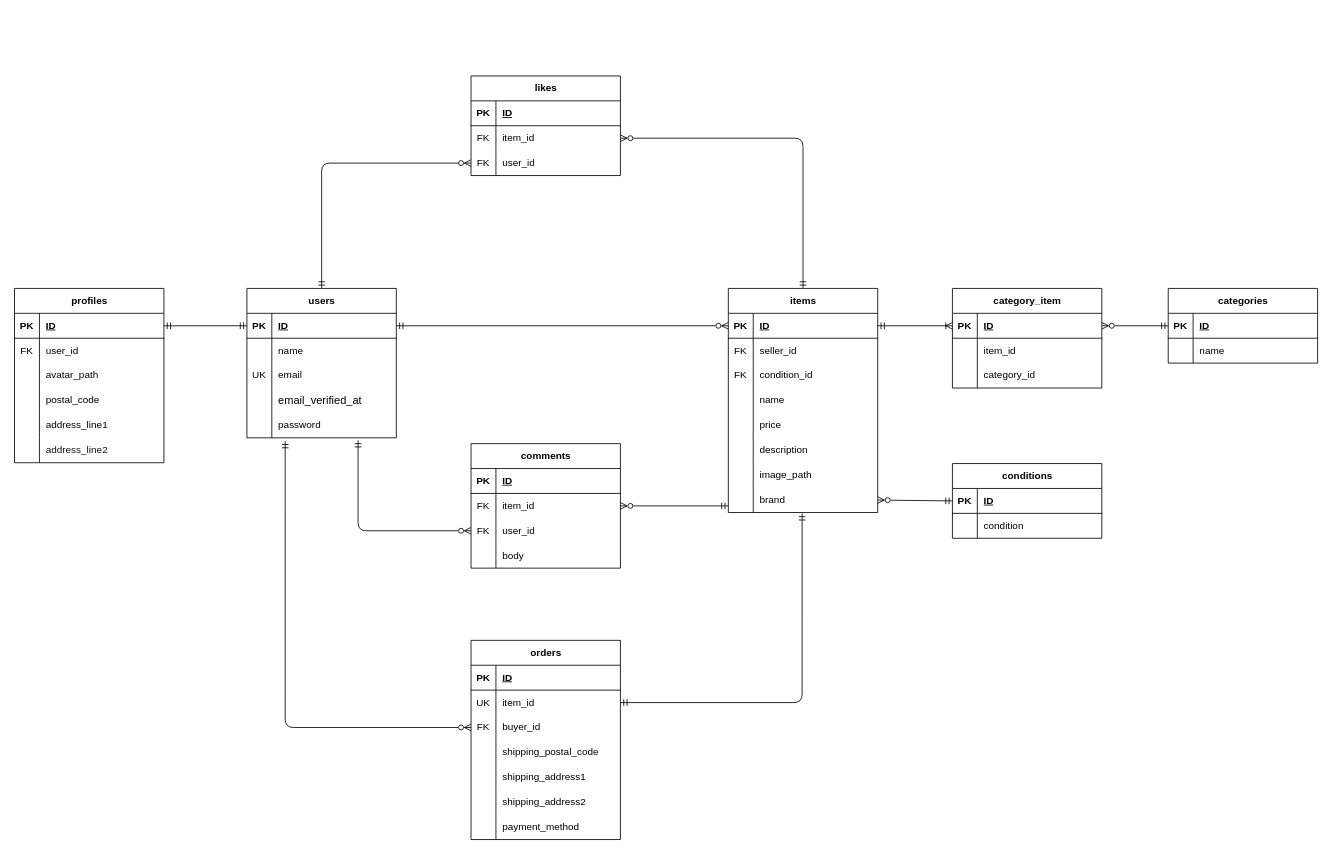
YAMADAMASAYUKI516/mock-project1 keeps this draw.io diagram as src/docs/er-diagram.drawio. Above is the earlier version. Source tidied: cells renumbered, new cells numbered last; positions are measured from the earlier drawing's top-left corner, leaving out a move shared by most shapes. Both pictures are drawn from the tidied source at 83%, with x=0, y=0 at pixel (14, 76).
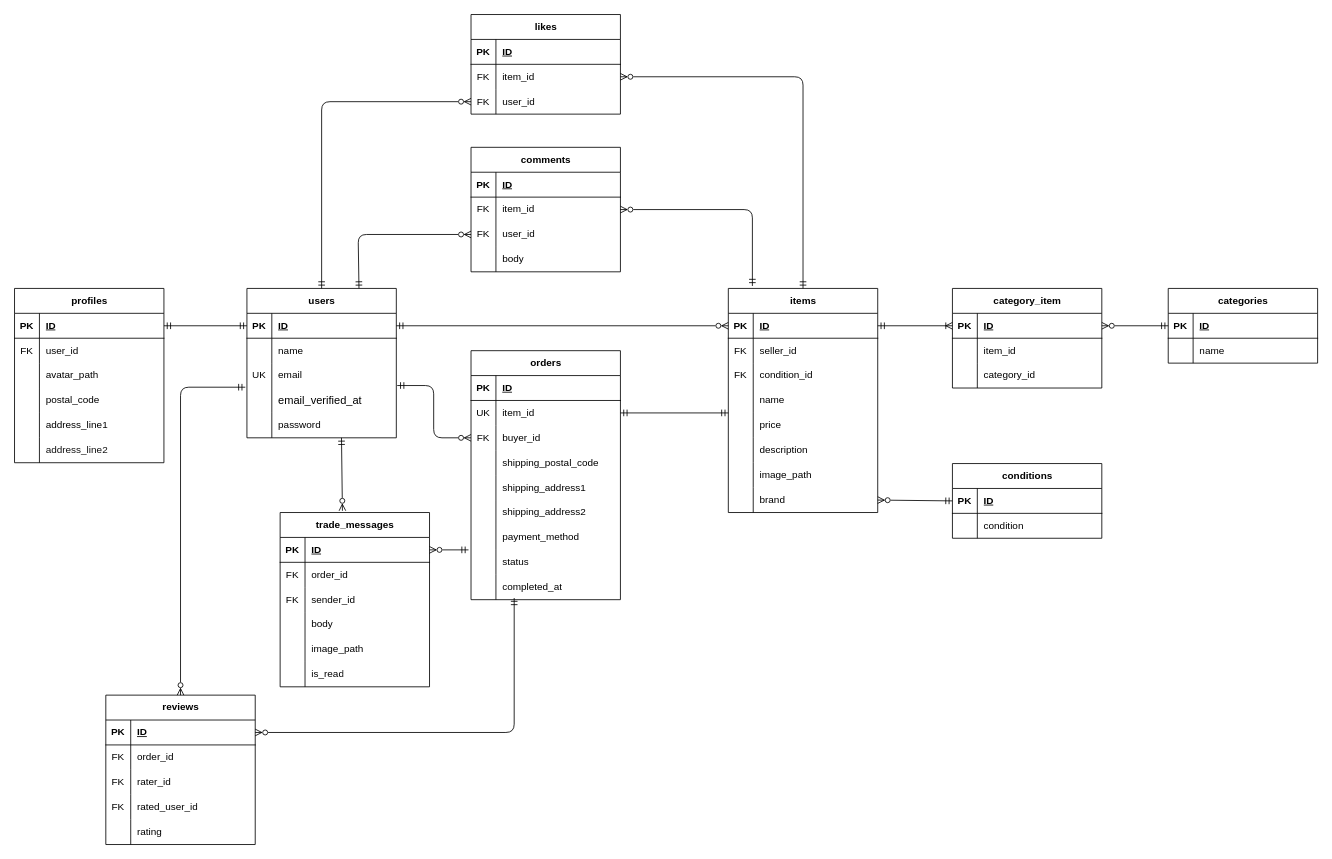
After the change.

Unchanged cells that the change refers to:
```xml
<mxCell id="16" style="shape=tableRow;horizontal=0;startSize=0;swimlaneHead=0;swimlaneBody=0;fillColor=none;points=[[0,0.5],[1,0.5]];portConstraint=eastwest;top=0;left=0;right=0;bottom=0;" parent="12" vertex="1">
  <mxGeometry y="60" width="180" height="30" as="geometry" />
</mxCell>
<mxCell id="19" style="shape=tableRow;horizontal=0;startSize=0;swimlaneHead=0;swimlaneBody=0;fillColor=none;points=[[0,0.5],[1,0.5]];portConstraint=eastwest;top=0;left=0;right=0;bottom=0;" parent="12" vertex="1">
  <mxGeometry y="90" width="180" height="30" as="geometry" />
</mxCell>
<mxCell id="39" style="shape=tableRow;horizontal=0;startSize=0;swimlaneHead=0;swimlaneBody=0;fillColor=none;points=[[0,0.5],[1,0.5]];portConstraint=eastwest;top=0;left=0;right=0;bottom=0;" parent="35" vertex="1">
  <mxGeometry y="60" width="180" height="30" as="geometry" />
</mxCell>
<mxCell id="42" style="shape=tableRow;horizontal=0;startSize=0;swimlaneHead=0;swimlaneBody=0;fillColor=none;points=[[0,0.5],[1,0.5]];portConstraint=eastwest;top=0;left=0;right=0;bottom=0;" parent="35" vertex="1">
  <mxGeometry y="90" width="180" height="30" as="geometry" />
</mxCell>
<mxCell id="50" value="users" style="shape=table;startSize=30;childLayout=tableLayout;rowLines=0;fontStyle=1;align=center;html=1;" parent="1" vertex="1">
  <mxGeometry x="280" y="256" width="180" height="180" as="geometry" />
</mxCell>
<mxCell id="57" style="shape=tableRow;horizontal=0;startSize=0;swimlaneHead=0;swimlaneBody=0;fillColor=none;points=[[0,0.5],[1,0.5]];portConstraint=eastwest;top=0;left=0;right=0;bottom=0;" parent="50" vertex="1">
  <mxGeometry y="90" width="180" height="30" as="geometry" />
</mxCell>
<mxCell id="63" style="shape=tableRow;horizontal=0;startSize=0;swimlaneHead=0;swimlaneBody=0;fillColor=none;points=[[0,0.5],[1,0.5]];portConstraint=eastwest;top=0;left=0;right=0;bottom=0;" parent="50" vertex="1">
  <mxGeometry y="150" width="180" height="30" as="geometry" />
</mxCell>
<mxCell id="73" value="items" style="shape=table;startSize=30;childLayout=tableLayout;rowLines=0;fontStyle=1;align=center;html=1;" parent="1" vertex="1">
  <mxGeometry x="860" y="256" width="180" height="270" as="geometry" />
</mxCell>
<mxCell id="86" style="shape=tableRow;horizontal=0;startSize=0;swimlaneHead=0;swimlaneBody=0;fillColor=none;points=[[0,0.5],[1,0.5]];portConstraint=eastwest;top=0;left=0;right=0;bottom=0;" parent="73" vertex="1">
  <mxGeometry y="150" width="180" height="30" as="geometry" />
</mxCell>
<mxCell id="95" style="shape=tableRow;horizontal=0;startSize=0;swimlaneHead=0;swimlaneBody=0;fillColor=none;points=[[0,0.5],[1,0.5]];portConstraint=eastwest;top=0;left=0;right=0;bottom=0;" parent="73" vertex="1">
  <mxGeometry y="240" width="180" height="30" as="geometry" />
</mxCell>
```

The edit, as a diff of the source:
```diff
@@
     <mxCell id="2" value="likes" style="shape=table;startSize=30;childLayout=tableLayout;rowLines=0;fontStyle=1;align=center;html=1;" parent="1" vertex="1">
-      <mxGeometry x="550" width="180" height="120" as="geometry" />
+      <mxGeometry x="550" y="-74" width="180" height="120" as="geometry" />
     </mxCell>
@@
     <mxCell id="12" value="orders" style="shape=table;startSize=30;childLayout=tableLayout;rowLines=0;fontStyle=1;align=center;html=1;" parent="1" vertex="1">
-      <mxGeometry x="550" y="680" width="180" height="240" as="geometry" />
+      <mxGeometry x="550" y="331" width="180" height="300" as="geometry" />
     </mxCell>
@@
+    <mxCell id="143" style="shape=tableRow;horizontal=0;startSize=0;swimlaneHead=0;swimlaneBody=0;fillColor=none;points=[[0,0.5],[1,0.5]];portConstraint=eastwest;top=0;left=0;right=0;bottom=0;" parent="12" vertex="1">
+      <mxGeometry y="240" width="180" height="30" as="geometry" />
+    </mxCell>
+    <mxCell id="144" style="shape=partialRectangle;fillColor=none;top=0;left=0;bottom=0;right=0;overflow=hidden;whiteSpace=wrap;html=1;" parent="143" vertex="1">
+      <mxGeometry width="30" height="30" as="geometry" />
+    </mxCell>
+    <mxCell id="145" value="status" style="shape=partialRectangle;fillColor=none;top=0;left=0;bottom=0;right=0;align=left;spacingLeft=6;overflow=hidden;whiteSpace=wrap;html=1;" parent="143" vertex="1">
+      <mxGeometry x="30" width="150" height="30" as="geometry" />
+    </mxCell>
+    <mxCell id="146" style="shape=tableRow;horizontal=0;startSize=0;swimlaneHead=0;swimlaneBody=0;fillColor=none;points=[[0,0.5],[1,0.5]];portConstraint=eastwest;top=0;left=0;right=0;bottom=0;" parent="12" vertex="1">
+      <mxGeometry y="270" width="180" height="30" as="geometry" />
+    </mxCell>
+    <mxCell id="147" style="shape=partialRectangle;fillColor=none;top=0;left=0;bottom=0;right=0;overflow=hidden;whiteSpace=wrap;html=1;" parent="146" vertex="1">
+      <mxGeometry width="30" height="30" as="geometry" />
+    </mxCell>
+    <mxCell id="148" value="completed_at" style="shape=partialRectangle;fillColor=none;top=0;left=0;bottom=0;right=0;align=left;spacingLeft=6;overflow=hidden;whiteSpace=wrap;html=1;" parent="146" vertex="1">
+      <mxGeometry x="30" width="150" height="30" as="geometry" />
+    </mxCell>
@@
     <mxCell id="35" value="comments" style="shape=table;startSize=30;childLayout=tableLayout;rowLines=0;fontStyle=1;align=center;html=1;" parent="1" vertex="1">
-      <mxGeometry x="550" y="443" width="180" height="150" as="geometry" />
+      <mxGeometry x="550" y="86" width="180" height="150" as="geometry" />
     </mxCell>
@@
-    <mxCell id="98" style="html=1;endArrow=ERmandOne;endFill=0;startArrow=ERzeroToMany;startFill=0;exitX=1;exitY=0.5;exitDx=0;exitDy=0;entryX=0;entryY=0.733;entryDx=0;entryDy=0;entryPerimeter=0;" parent="1" edge="1" source="39" target="95">
+    <mxCell id="98" style="html=1;endArrow=ERmandOne;endFill=0;startArrow=ERzeroToMany;startFill=0;exitX=1;exitY=0.5;exitDx=0;exitDy=0;entryX=0.161;entryY=-0.011;entryDx=0;entryDy=0;entryPerimeter=0;edgeStyle=orthogonalEdgeStyle;" parent="1" edge="1" source="39" target="73">
       <mxGeometry relative="1" as="geometry" />
     </mxCell>
@@
-    <mxCell id="100" style="html=1;endArrow=ERmandOne;endFill=0;startArrow=ERzeroToMany;startFill=0;entryX=0.744;entryY=1.1;entryDx=0;entryDy=0;exitX=0;exitY=0.5;exitDx=0;exitDy=0;entryPerimeter=0;edgeStyle=orthogonalEdgeStyle;" parent="1" edge="1" source="42" target="63">
+    <mxCell id="100" style="html=1;endArrow=ERmandOne;endFill=0;startArrow=ERzeroToMany;startFill=0;entryX=0.75;entryY=0;entryDx=0;entryDy=0;exitX=0;exitY=0.5;exitDx=0;exitDy=0;edgeStyle=orthogonalEdgeStyle;" parent="1" edge="1" source="42" target="50">
       <mxGeometry relative="1" as="geometry">
         <Array as="points">
-          <mxPoint x="414" y="548" />
+          <mxPoint x="414" y="191" />
         </Array>
       </mxGeometry>
     </mxCell>
@@
-    <mxCell id="139" style="html=1;endArrow=ERmandOne;endFill=0;startArrow=ERzeroToMany;startFill=0;exitX=0;exitY=0.5;exitDx=0;exitDy=0;entryX=0.256;entryY=1.133;entryDx=0;entryDy=0;entryPerimeter=0;edgeStyle=orthogonalEdgeStyle;" parent="1" edge="1" source="19" target="63">
-      <mxGeometry relative="1" as="geometry">
-        <Array as="points">
-          <mxPoint x="326" y="785" />
-        </Array>
-      </mxGeometry>
+    <mxCell id="139" style="html=1;endArrow=ERmandOne;endFill=0;startArrow=ERzeroToMany;startFill=0;exitX=0;exitY=0.5;exitDx=0;exitDy=0;entryX=1.006;entryY=0.9;entryDx=0;entryDy=0;entryPerimeter=0;edgeStyle=orthogonalEdgeStyle;" parent="1" edge="1" source="19" target="57">
+      <mxGeometry relative="1" as="geometry" />
     </mxCell>
@@
-    <mxCell id="142" style="html=1;endArrow=ERmandOne;endFill=0;startArrow=ERmandOne;startFill=0;entryX=0.494;entryY=1.033;entryDx=0;entryDy=0;entryPerimeter=0;edgeStyle=orthogonalEdgeStyle;exitX=1;exitY=0.5;exitDx=0;exitDy=0;" parent="1" edge="1" source="16" target="95">
-      <mxGeometry relative="1" as="geometry">
-        <Array as="points">
-          <mxPoint x="949" y="755" />
-        </Array>
-      </mxGeometry>
+    <mxCell id="142" style="html=1;endArrow=ERmandOne;endFill=0;startArrow=ERmandOne;startFill=0;entryX=0;entryY=0;entryDx=0;entryDy=0;entryPerimeter=0;exitX=1;exitY=0.5;exitDx=0;exitDy=0;" parent="1" edge="1" source="16" target="86">
+      <mxGeometry relative="1" as="geometry" />
     </mxCell>
+    <mxCell id="149" value="reviews" style="shape=table;startSize=30;childLayout=tableLayout;rowLines=0;fontStyle=1;align=center;html=1;" parent="1" vertex="1">
+      <mxGeometry x="110" y="746" width="180" height="180" as="geometry" />
+    </mxCell>
+    <mxCell id="150" style="shape=tableRow;horizontal=0;startSize=0;swimlaneHead=0;swimlaneBody=0;fillColor=none;points=[[0,0.5],[1,0.5]];portConstraint=eastwest;top=0;left=0;right=0;bottom=1;" parent="149" vertex="1">
+      <mxGeometry y="30" width="180" height="30" as="geometry" />
+    </mxCell>
+    <mxCell id="151" value="PK" style="shape=partialRectangle;fillColor=none;top=0;left=0;bottom=0;right=0;fontStyle=1;overflow=hidden;whiteSpace=wrap;html=1;" parent="150" vertex="1">
+      <mxGeometry width="30" height="30" as="geometry" />
+    </mxCell>
+    <mxCell id="152" value="ID" style="shape=partialRectangle;fillColor=none;top=0;left=0;bottom=0;right=0;align=left;spacingLeft=6;fontStyle=5;overflow=hidden;whiteSpace=wrap;html=1;" parent="150" vertex="1">
+      <mxGeometry x="30" width="150" height="30" as="geometry" />
+    </mxCell>
+    <mxCell id="153" style="shape=tableRow;horizontal=0;startSize=0;swimlaneHead=0;swimlaneBody=0;fillColor=none;top=0;left=0;right=0;bottom=0;" parent="149" vertex="1">
+      <mxGeometry y="60" width="180" height="30" as="geometry" />
+    </mxCell>
+    <mxCell id="154" value="FK" style="shape=partialRectangle;fillColor=none;top=0;left=0;bottom=0;right=0;overflow=hidden;whiteSpace=wrap;html=1;" parent="153" vertex="1">
+      <mxGeometry width="30" height="30" as="geometry" />
+    </mxCell>
+    <mxCell id="155" value="order_id" style="shape=partialRectangle;fillColor=none;top=0;left=0;bottom=0;right=0;align=left;spacingLeft=6;overflow=hidden;whiteSpace=wrap;html=1;" parent="153" vertex="1">
+      <mxGeometry x="30" width="150" height="30" as="geometry" />
+    </mxCell>
+    <mxCell id="156" style="shape=tableRow;horizontal=0;startSize=0;swimlaneHead=0;swimlaneBody=0;fillColor=none;top=0;left=0;right=0;bottom=0;" parent="149" vertex="1">
+      <mxGeometry y="90" width="180" height="30" as="geometry" />
+    </mxCell>
+    <mxCell id="157" value="FK" style="shape=partialRectangle;fillColor=none;top=0;left=0;bottom=0;right=0;overflow=hidden;whiteSpace=wrap;html=1;" parent="156" vertex="1">
+      <mxGeometry width="30" height="30" as="geometry" />
+    </mxCell>
+    <mxCell id="158" value="rater_id" style="shape=partialRectangle;fillColor=none;top=0;left=0;bottom=0;right=0;align=left;spacingLeft=6;overflow=hidden;whiteSpace=wrap;html=1;" parent="156" vertex="1">
+      <mxGeometry x="30" width="150" height="30" as="geometry" />
+    </mxCell>
+    <mxCell id="159" style="shape=tableRow;horizontal=0;startSize=0;swimlaneHead=0;swimlaneBody=0;fillColor=none;top=0;left=0;right=0;bottom=0;" parent="149" vertex="1">
+      <mxGeometry y="120" width="180" height="30" as="geometry" />
+    </mxCell>
+    <mxCell id="160" value="FK" style="shape=partialRectangle;fillColor=none;top=0;left=0;bottom=0;right=0;overflow=hidden;whiteSpace=wrap;html=1;" parent="159" vertex="1">
+      <mxGeometry width="30" height="30" as="geometry" />
+    </mxCell>
+    <mxCell id="161" value="rated_user_id" style="shape=partialRectangle;fillColor=none;top=0;left=0;bottom=0;right=0;align=left;spacingLeft=6;overflow=hidden;whiteSpace=wrap;html=1;" parent="159" vertex="1">
+      <mxGeometry x="30" width="150" height="30" as="geometry" />
+    </mxCell>
+    <mxCell id="162" style="shape=tableRow;horizontal=0;startSize=0;swimlaneHead=0;swimlaneBody=0;fillColor=none;top=0;left=0;right=0;bottom=0;" parent="149" vertex="1">
+      <mxGeometry y="150" width="180" height="30" as="geometry" />
+    </mxCell>
+    <mxCell id="163" style="shape=partialRectangle;fillColor=none;top=0;left=0;bottom=0;right=0;overflow=hidden;whiteSpace=wrap;html=1;" parent="162" vertex="1">
+      <mxGeometry width="30" height="30" as="geometry" />
+    </mxCell>
+    <mxCell id="164" value="rating" style="shape=partialRectangle;fillColor=none;top=0;left=0;bottom=0;right=0;align=left;spacingLeft=6;overflow=hidden;whiteSpace=wrap;html=1;" parent="162" vertex="1">
+      <mxGeometry x="30" width="150" height="30" as="geometry" />
+    </mxCell>
+    <mxCell id="165" style="edgeStyle=none;html=1;entryX=0;entryY=0.5;entryDx=0;entryDy=0;exitX=0;exitY=0.5;exitDx=0;exitDy=0;" parent="149" edge="1" source="150" target="150">
+      <mxGeometry relative="1" as="geometry" />
+    </mxCell>
+    <mxCell id="166" value="trade_messages" style="shape=table;startSize=30;childLayout=tableLayout;rowLines=0;fontStyle=1;align=center;html=1;" parent="1" vertex="1">
+      <mxGeometry x="320" y="526" width="180" height="210" as="geometry" />
+    </mxCell>
+    <mxCell id="167" style="shape=tableRow;horizontal=0;startSize=0;swimlaneHead=0;swimlaneBody=0;fillColor=none;points=[[0,0.5],[1,0.5]];portConstraint=eastwest;top=0;left=0;right=0;bottom=1;" parent="166" vertex="1">
+      <mxGeometry y="30" width="180" height="30" as="geometry" />
+    </mxCell>
+    <mxCell id="168" value="PK" style="shape=partialRectangle;fillColor=none;top=0;left=0;bottom=0;right=0;fontStyle=1;overflow=hidden;whiteSpace=wrap;html=1;" parent="167" vertex="1">
+      <mxGeometry width="30" height="30" as="geometry" />
+    </mxCell>
+    <mxCell id="169" value="ID" style="shape=partialRectangle;fillColor=none;top=0;left=0;bottom=0;right=0;align=left;spacingLeft=6;fontStyle=5;overflow=hidden;whiteSpace=wrap;html=1;" parent="167" vertex="1">
+      <mxGeometry x="30" width="150" height="30" as="geometry" />
+    </mxCell>
+    <mxCell id="170" style="shape=tableRow;horizontal=0;startSize=0;swimlaneHead=0;swimlaneBody=0;fillColor=none;top=0;left=0;right=0;bottom=0;" parent="166" vertex="1">
+      <mxGeometry y="60" width="180" height="30" as="geometry" />
+    </mxCell>
+    <mxCell id="171" value="FK" style="shape=partialRectangle;fillColor=none;top=0;left=0;bottom=0;right=0;overflow=hidden;whiteSpace=wrap;html=1;" parent="170" vertex="1">
+      <mxGeometry width="30" height="30" as="geometry" />
+    </mxCell>
+    <mxCell id="172" value="order_id" style="shape=partialRectangle;fillColor=none;top=0;left=0;bottom=0;right=0;align=left;spacingLeft=6;overflow=hidden;whiteSpace=wrap;html=1;" parent="170" vertex="1">
+      <mxGeometry x="30" width="150" height="30" as="geometry" />
+    </mxCell>
+    <mxCell id="173" style="shape=tableRow;horizontal=0;startSize=0;swimlaneHead=0;swimlaneBody=0;fillColor=none;top=0;left=0;right=0;bottom=0;" parent="166" vertex="1">
+      <mxGeometry y="90" width="180" height="30" as="geometry" />
+    </mxCell>
+    <mxCell id="174" value="FK" style="shape=partialRectangle;fillColor=none;top=0;left=0;bottom=0;right=0;overflow=hidden;whiteSpace=wrap;html=1;" parent="173" vertex="1">
+      <mxGeometry width="30" height="30" as="geometry" />
+    </mxCell>
+    <mxCell id="175" value="sender_id" style="shape=partialRectangle;fillColor=none;top=0;left=0;bottom=0;right=0;align=left;spacingLeft=6;overflow=hidden;whiteSpace=wrap;html=1;" parent="173" vertex="1">
+      <mxGeometry x="30" width="150" height="30" as="geometry" />
+    </mxCell>
+    <mxCell id="176" style="shape=tableRow;horizontal=0;startSize=0;swimlaneHead=0;swimlaneBody=0;fillColor=none;top=0;left=0;right=0;bottom=0;" parent="166" vertex="1">
+      <mxGeometry y="120" width="180" height="30" as="geometry" />
+    </mxCell>
+    <mxCell id="177" style="shape=partialRectangle;fillColor=none;top=0;left=0;bottom=0;right=0;overflow=hidden;whiteSpace=wrap;html=1;" parent="176" vertex="1">
+      <mxGeometry width="30" height="30" as="geometry" />
+    </mxCell>
+    <mxCell id="178" value="body" style="shape=partialRectangle;fillColor=none;top=0;left=0;bottom=0;right=0;align=left;spacingLeft=6;overflow=hidden;whiteSpace=wrap;html=1;" parent="176" vertex="1">
+      <mxGeometry x="30" width="150" height="30" as="geometry" />
+    </mxCell>
+    <mxCell id="179" style="shape=tableRow;horizontal=0;startSize=0;swimlaneHead=0;swimlaneBody=0;fillColor=none;top=0;left=0;right=0;bottom=0;" parent="166" vertex="1">
+      <mxGeometry y="150" width="180" height="30" as="geometry" />
+    </mxCell>
+    <mxCell id="180" style="shape=partialRectangle;fillColor=none;top=0;left=0;bottom=0;right=0;overflow=hidden;whiteSpace=wrap;html=1;" parent="179" vertex="1">
+      <mxGeometry width="30" height="30" as="geometry" />
+    </mxCell>
+    <mxCell id="181" value="image_path" style="shape=partialRectangle;fillColor=none;top=0;left=0;bottom=0;right=0;align=left;spacingLeft=6;overflow=hidden;whiteSpace=wrap;html=1;" parent="179" vertex="1">
+      <mxGeometry x="30" width="150" height="30" as="geometry" />
+    </mxCell>
+    <mxCell id="182" style="shape=tableRow;horizontal=0;startSize=0;swimlaneHead=0;swimlaneBody=0;fillColor=none;top=0;left=0;right=0;bottom=0;" parent="166" vertex="1">
+      <mxGeometry y="180" width="180" height="30" as="geometry" />
+    </mxCell>
+    <mxCell id="183" style="shape=partialRectangle;fillColor=none;top=0;left=0;bottom=0;right=0;overflow=hidden;whiteSpace=wrap;html=1;" parent="182" vertex="1">
+      <mxGeometry width="30" height="30" as="geometry" />
+    </mxCell>
+    <mxCell id="184" value="is_read" style="shape=partialRectangle;fillColor=none;top=0;left=0;bottom=0;right=0;align=left;spacingLeft=6;overflow=hidden;whiteSpace=wrap;html=1;" parent="182" vertex="1">
+      <mxGeometry x="30" width="150" height="30" as="geometry" />
+    </mxCell>
+    <mxCell id="185" style="edgeStyle=none;html=1;entryX=0;entryY=0.5;entryDx=0;entryDy=0;exitX=0;exitY=0.5;exitDx=0;exitDy=0;" parent="166" edge="1" source="167" target="167">
+      <mxGeometry relative="1" as="geometry" />
+    </mxCell>
+    <mxCell id="186" style="html=1;endArrow=ERmandOne;endFill=0;startArrow=ERzeroToMany;startFill=0;entryX=-0.017;entryY=0;entryDx=0;entryDy=0;entryPerimeter=0;exitX=1;exitY=0.5;exitDx=0;exitDy=0;" parent="1" edge="1" source="167" target="143">
+      <mxGeometry relative="1" as="geometry" />
+    </mxCell>
+    <mxCell id="187" style="html=1;endArrow=ERzeroToMany;endFill=0;startArrow=ERmandOne;startFill=0;entryX=0.417;entryY=-0.01;entryDx=0;entryDy=0;entryPerimeter=0;exitX=0.633;exitY=1;exitDx=0;exitDy=0;exitPerimeter=0;" parent="1" edge="1" source="63" target="166">
+      <mxGeometry relative="1" as="geometry" />
+    </mxCell>
+    <mxCell id="188" style="html=1;endArrow=ERmandOne;endFill=0;startArrow=ERzeroToMany;startFill=0;entryX=0.289;entryY=0.933;entryDx=0;entryDy=0;entryPerimeter=0;exitX=1;exitY=0.5;exitDx=0;exitDy=0;edgeStyle=orthogonalEdgeStyle;" parent="1" edge="1" source="150" target="146">
+      <mxGeometry relative="1" as="geometry">
+        <Array as="points">
+          <mxPoint x="602" y="791" />
+        </Array>
+      </mxGeometry>
+    </mxCell>
+    <mxCell id="189" style="html=1;endArrow=ERzeroToMany;endFill=0;startArrow=ERmandOne;startFill=0;entryX=0.5;entryY=0;entryDx=0;entryDy=0;exitX=-0.011;exitY=0.967;exitDx=0;exitDy=0;exitPerimeter=0;edgeStyle=orthogonalEdgeStyle;" parent="1" edge="1" source="57" target="149">
+      <mxGeometry relative="1" as="geometry">
+        <Array as="points">
+          <mxPoint x="200" y="375" />
+        </Array>
+      </mxGeometry>
+    </mxCell>
```
